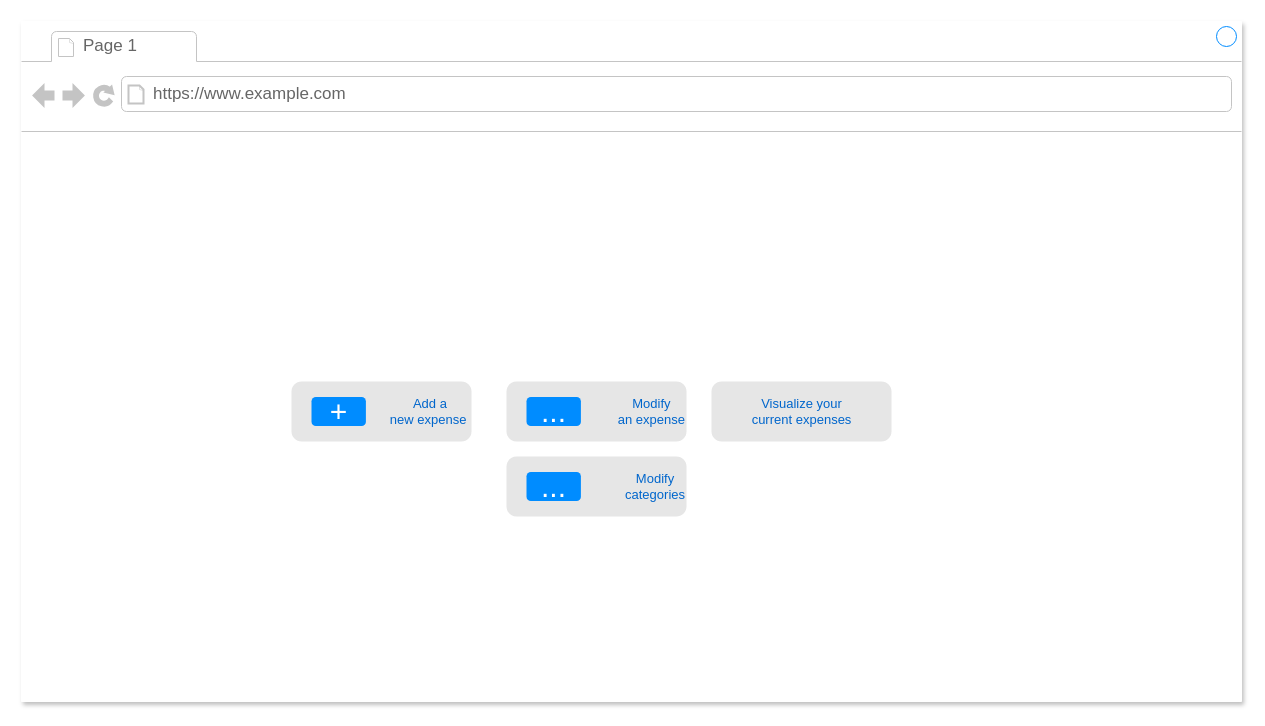
Above: page "Main page" (1 of 6) of docs/wireframes/webpage_wireframe.drawio in MrPickle311/expenser (draw.io), before the change. Source tidied: cells renumbered, new cells numbered last; positions are measured from the earlier drawing's top-left corner, leaving out a move shared by most shapes. Both pictures are drawn from the tidied source at 100%, with x=0, y=0 at pixel (21, 21).
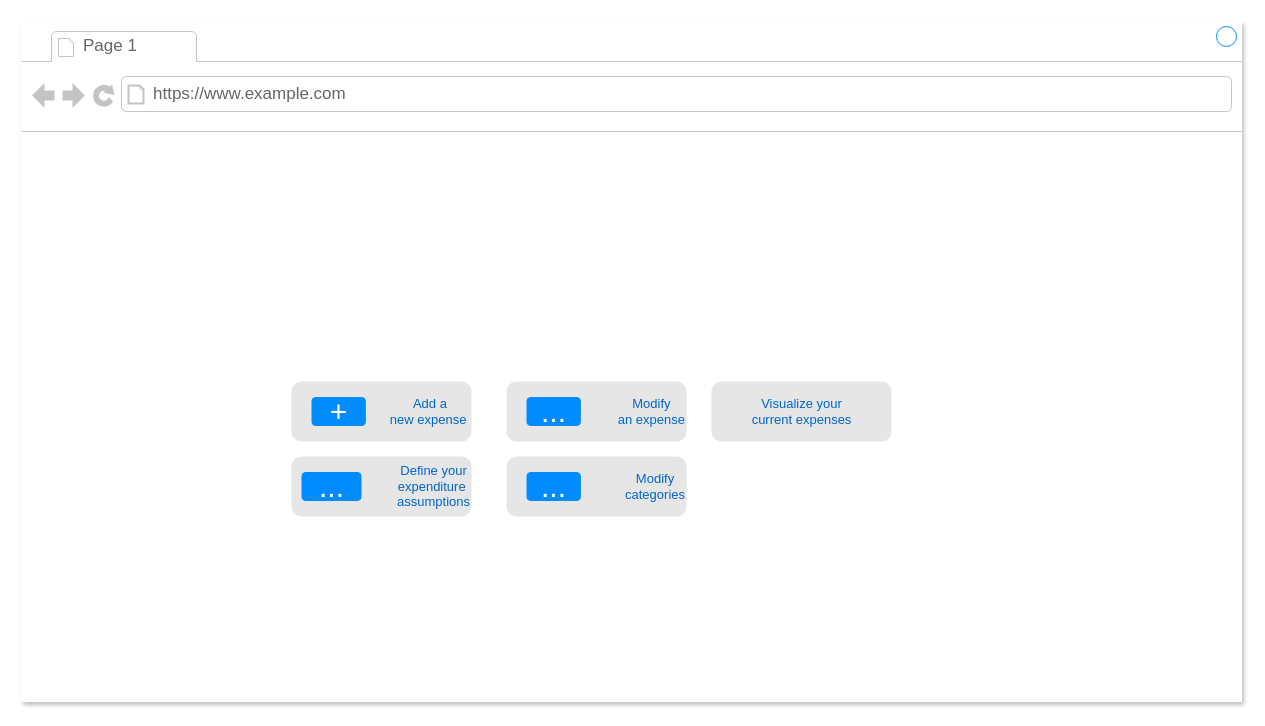
The same diagram, later.

The edit, as a diff of the source:
```diff
@@
 <mxGraphModel>
   <root>
     <mxCell id="0" />
     <mxCell id="1" parent="0" />
     <mxCell id="2" style="strokeWidth=1;shadow=1;dashed=0;align=center;html=1;shape=mxgraph.mockup.containers.browserWindow;rSize=0;strokeColor2=#008cff;strokeColor3=#c4c4c4;mainText=,;strokeColor=#FFFFFF;fontColor=#FFFFFF;movableLabel=0;fixedWidth=0;enumerate=0;" parent="1" vertex="1">
       <mxGeometry width="1220" height="680" as="geometry" />
     </mxCell>
     <mxCell id="3" value="Page 1" style="strokeWidth=1;shadow=0;dashed=0;align=center;html=1;shape=mxgraph.mockup.containers.anchor;fontSize=17;fontColor=#666666;align=left;" parent="2" vertex="1">
       <mxGeometry x="60" y="12" width="110" height="26" as="geometry" />
     </mxCell>
     <mxCell id="4" value="https://www.example.com" style="strokeWidth=1;shadow=0;dashed=0;align=center;html=1;shape=mxgraph.mockup.containers.anchor;rSize=0;fontSize=17;fontColor=#666666;align=left;" parent="2" vertex="1">
       <mxGeometry x="130" y="60" width="250" height="26" as="geometry" />
     </mxCell>
     <mxCell id="5" value="&lt;div style=&quot;text-align: center;&quot;&gt;&lt;span style=&quot;background-color: initial;&quot;&gt;Add a&lt;/span&gt;&lt;/div&gt;new expense&amp;nbsp;" style="strokeWidth=1;shadow=0;dashed=0;align=right;html=1;shape=mxgraph.mockup.buttons.multiButton;fillColor=#E6E6E6;strokeColor=none;mainText=;subText=;fontSize=13;fontColor=#0066CC;" parent="2" vertex="1">
       <mxGeometry x="270" y="360" width="180" height="60" as="geometry" />
     </mxCell>
     <mxCell id="6" style="strokeWidth=1;shadow=0;dashed=0;align=center;html=1;shape=mxgraph.mockup.anchor;fontSize=12;fontColor=#ffffff;fontStyle=1;whiteSpace=wrap;" parent="5" vertex="1">
       <mxGeometry y="36" width="180" height="12" as="geometry" />
     </mxCell>
     <mxCell id="7" value="&lt;font style=&quot;font-size: 30px;&quot;&gt;+&lt;/font&gt;" style="rounded=1;align=center;strokeColor=none;html=1;fontColor=#ffffff;fontSize=12;fillColor=#008CFF;" parent="5" vertex="1">
       <mxGeometry x="20" y="15.5" width="54.4" height="29" as="geometry" />
     </mxCell>
     <mxCell id="8" value="Visualize your &lt;br&gt;current expenses&lt;div style=&quot;&quot;&gt;&lt;/div&gt;" style="strokeWidth=1;shadow=0;dashed=0;align=center;html=1;shape=mxgraph.mockup.buttons.multiButton;fillColor=#E6E6E6;strokeColor=none;mainText=;subText=;fontSize=13;fontColor=#0066CC;" parent="2" vertex="1">
       <mxGeometry x="690" y="360" width="180" height="60" as="geometry" />
     </mxCell>
     <mxCell id="9" style="strokeWidth=1;shadow=0;dashed=0;align=center;html=1;shape=mxgraph.mockup.anchor;fontSize=12;fontColor=#ffffff;fontStyle=1;whiteSpace=wrap;" parent="8" vertex="1">
       <mxGeometry y="36" width="180" height="12" as="geometry" />
     </mxCell>
     <mxCell id="10" value="&lt;div style=&quot;text-align: center;&quot;&gt;&lt;span style=&quot;background-color: initial;&quot;&gt;Modify &lt;br&gt;an expense&lt;/span&gt;&lt;/div&gt;&lt;div style=&quot;text-align: center;&quot;&gt;&lt;/div&gt;" style="strokeWidth=1;shadow=0;dashed=0;align=right;html=1;shape=mxgraph.mockup.buttons.multiButton;fillColor=#E6E6E6;strokeColor=none;mainText=;subText=;fontSize=13;fontColor=#0066CC;" parent="2" vertex="1">
       <mxGeometry x="485" y="360" width="180" height="60" as="geometry" />
     </mxCell>
     <mxCell id="11" style="strokeWidth=1;shadow=0;dashed=0;align=center;html=1;shape=mxgraph.mockup.anchor;fontSize=12;fontColor=#ffffff;fontStyle=1;whiteSpace=wrap;" parent="10" vertex="1">
       <mxGeometry y="36" width="180" height="12" as="geometry" />
     </mxCell>
     <mxCell id="12" value="&lt;font style=&quot;font-size: 30px;&quot;&gt;...&lt;/font&gt;" style="rounded=1;align=center;strokeColor=none;html=1;fontColor=#ffffff;fontSize=12;fillColor=#008CFF;" parent="10" vertex="1">
       <mxGeometry x="20" y="15.5" width="54.4" height="29" as="geometry" />
     </mxCell>
     <mxCell id="13" value="&lt;div style=&quot;text-align: center;&quot;&gt;&lt;span style=&quot;background-color: initial;&quot;&gt;Modify&lt;/span&gt;&lt;/div&gt;&lt;div style=&quot;text-align: center;&quot;&gt;&lt;span style=&quot;background-color: initial;&quot;&gt;categories&lt;/span&gt;&lt;/div&gt;&lt;div style=&quot;text-align: center;&quot;&gt;&lt;/div&gt;" style="strokeWidth=1;shadow=0;dashed=0;align=right;html=1;shape=mxgraph.mockup.buttons.multiButton;fillColor=#E6E6E6;strokeColor=none;mainText=;subText=;fontSize=13;fontColor=#0066CC;" parent="2" vertex="1">
       <mxGeometry x="485" y="435" width="180" height="60" as="geometry" />
     </mxCell>
     <mxCell id="14" style="strokeWidth=1;shadow=0;dashed=0;align=center;html=1;shape=mxgraph.mockup.anchor;fontSize=12;fontColor=#ffffff;fontStyle=1;whiteSpace=wrap;" parent="13" vertex="1">
       <mxGeometry y="36" width="180" height="12" as="geometry" />
     </mxCell>
     <mxCell id="15" value="&lt;font style=&quot;font-size: 30px;&quot;&gt;...&lt;/font&gt;" style="rounded=1;align=center;strokeColor=none;html=1;fontColor=#ffffff;fontSize=12;fillColor=#008CFF;" parent="13" vertex="1">
       <mxGeometry x="20" y="15.5" width="54.4" height="29" as="geometry" />
     </mxCell>
+    <mxCell id="16" value="&lt;div style=&quot;&quot;&gt;&lt;div style=&quot;text-align: center;&quot;&gt;&lt;span style=&quot;background-color: initial;&quot;&gt;Define your&lt;/span&gt;&lt;/div&gt;&lt;div style=&quot;text-align: center;&quot;&gt;&lt;span style=&quot;background-color: initial;&quot;&gt;expenditure&amp;nbsp;&lt;/span&gt;&lt;/div&gt;&lt;div style=&quot;text-align: center;&quot;&gt;&lt;span style=&quot;background-color: initial;&quot;&gt;assumptions&lt;/span&gt;&lt;/div&gt;&lt;/div&gt;&lt;div style=&quot;text-align: center;&quot;&gt;&lt;/div&gt;" style="strokeWidth=1;shadow=0;dashed=0;align=right;html=1;shape=mxgraph.mockup.buttons.multiButton;fillColor=#E6E6E6;strokeColor=none;mainText=;subText=;fontSize=13;fontColor=#0066CC;" parent="2" vertex="1">
+      <mxGeometry x="270" y="435" width="180" height="60" as="geometry" />
+    </mxCell>
+    <mxCell id="17" style="strokeWidth=1;shadow=0;dashed=0;align=center;html=1;shape=mxgraph.mockup.anchor;fontSize=12;fontColor=#ffffff;fontStyle=1;whiteSpace=wrap;" parent="16" vertex="1">
+      <mxGeometry y="36" width="180" height="12" as="geometry" />
+    </mxCell>
+    <mxCell id="18" value="&lt;font style=&quot;font-size: 30px;&quot;&gt;...&lt;/font&gt;" style="rounded=1;align=center;strokeColor=none;html=1;fontColor=#ffffff;fontSize=12;fillColor=#008CFF;" parent="16" vertex="1">
+      <mxGeometry x="10" y="15.5" width="60" height="29" as="geometry" />
+    </mxCell>
   </root>
 </mxGraphModel>
```
